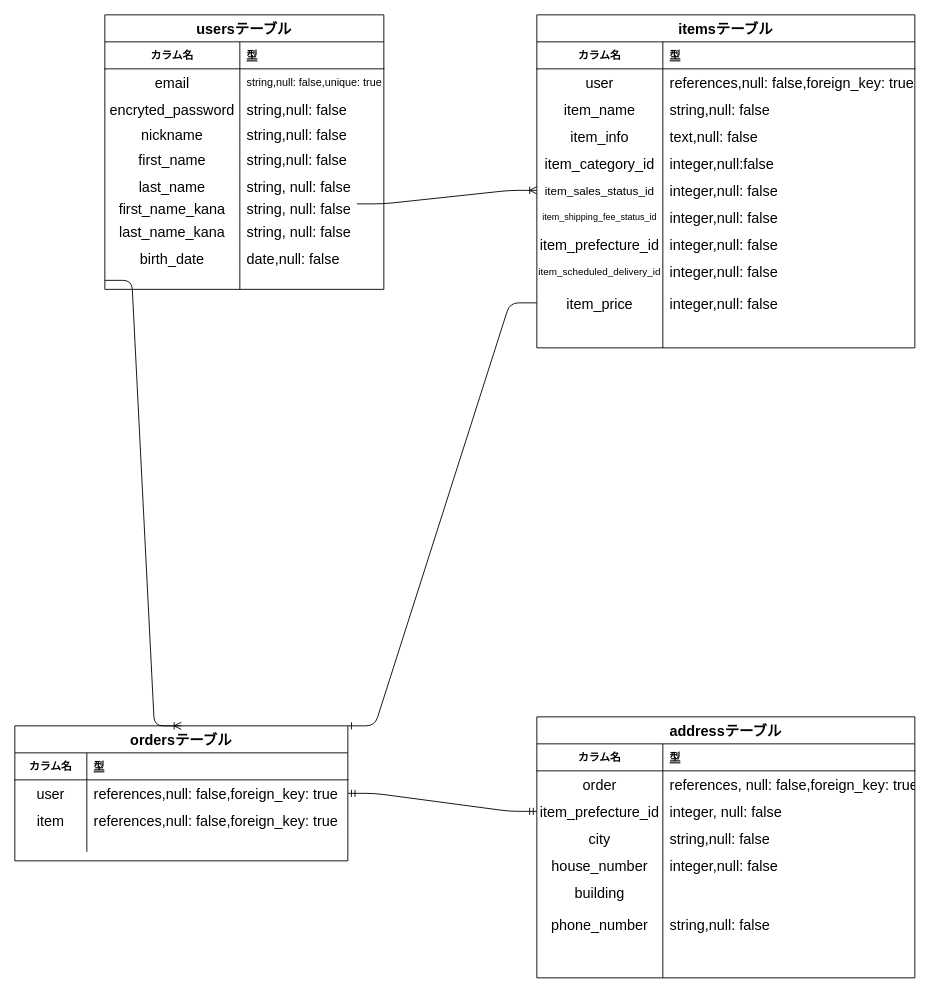
Earlier version of the draw.io diagram furima.dio (keisuke-5837/furima-36126). Source tidied: cells renumbered, new cells numbered last; positions are measured from the earlier drawing's top-left corner, leaving out a move shared by most shapes. Both pictures are drawn from the tidied source at 90%, with x=0, y=0 at pixel (14, 14).
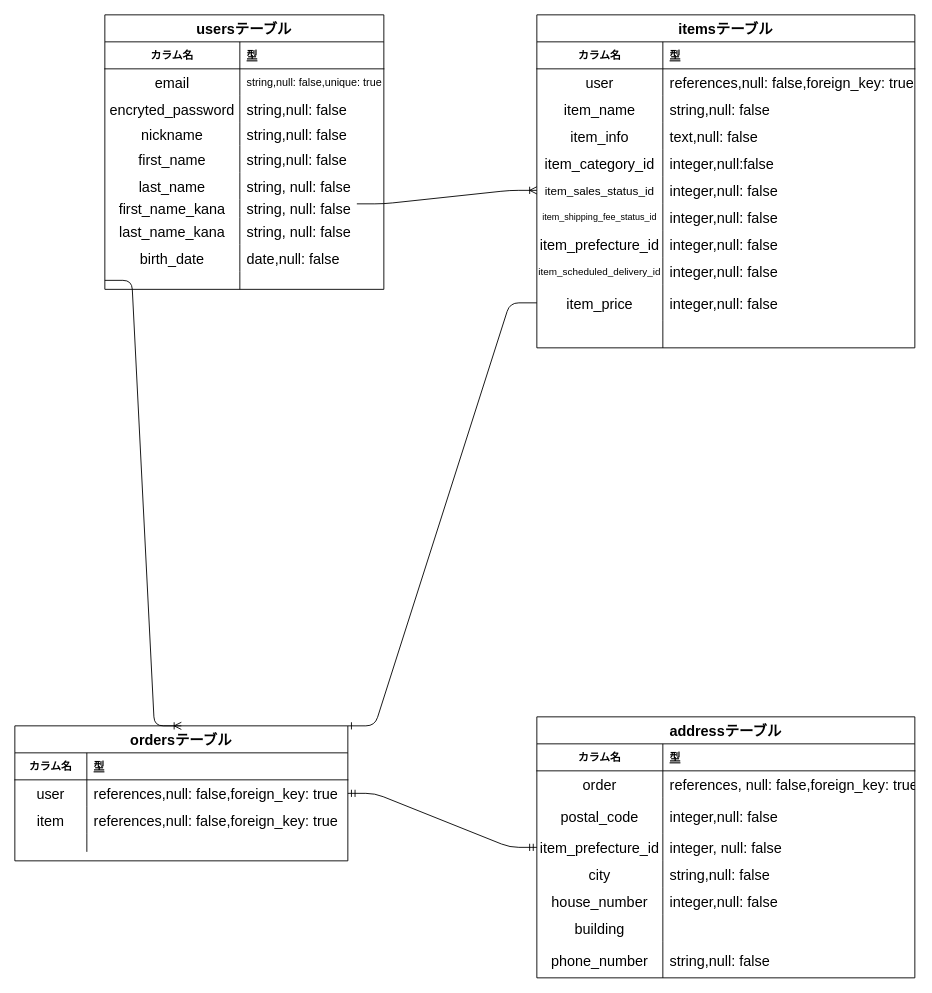
After the change.

Commit message (it also covers changes not shown here):
データベース修正５

Unchanged cells that the change refers to:
```xml
<mxCell id="68" value="addressテーブル" style="shape=table;startSize=30;childLayout=tableLayout;rowLines=0;fontStyle=1;align=center;fontSize=16;" parent="1" vertex="1">
  <mxGeometry x="580" y="780" width="420" height="290" as="geometry" />
</mxCell>
```

The edit, as a diff of the source:
```diff
@@
+    <mxCell id="90" style="shape=partialRectangle;fillColor=none;top=0;left=0;bottom=0;right=0;" parent="68" vertex="1">
+      <mxGeometry y="90" width="420" height="40" as="geometry" />
+    </mxCell>
+    <mxCell id="91" value="postal_code" style="shape=partialRectangle;fillColor=none;top=0;left=0;bottom=0;right=0;overflow=hidden;fontSize=16;" parent="90" vertex="1">
+      <mxGeometry width="140" height="40" as="geometry" />
+    </mxCell>
+    <mxCell id="92" value="integer,null: false" style="shape=partialRectangle;fillColor=none;top=0;left=0;bottom=0;right=0;align=left;spacingLeft=6;overflow=hidden;fontSize=16;" parent="90" vertex="1">
+      <mxGeometry x="140" width="280" height="40" as="geometry" />
+    </mxCell>
     <mxCell id="75" style="shape=partialRectangle;fillColor=none;top=0;left=0;bottom=0;right=0;points=[[0,0.5],[1,0.5]];portConstraint=eastwest;" parent="68" vertex="1">
-      <mxGeometry y="90" width="420" height="30" as="geometry" />
+      <mxGeometry y="130" width="420" height="30" as="geometry" />
     </mxCell>
@@
     <mxCell id="78" style="shape=partialRectangle;fillColor=none;top=0;left=0;bottom=0;right=0;" parent="68" vertex="1">
-      <mxGeometry y="120" width="420" height="30" as="geometry" />
+      <mxGeometry y="160" width="420" height="30" as="geometry" />
     </mxCell>
@@
     <mxCell id="81" style="shape=partialRectangle;fillColor=none;top=0;left=0;bottom=0;right=0;" parent="68" vertex="1">
-      <mxGeometry y="150" width="420" height="30" as="geometry" />
+      <mxGeometry y="190" width="420" height="30" as="geometry" />
     </mxCell>
@@
     <mxCell id="84" style="shape=partialRectangle;fillColor=none;top=0;left=0;bottom=0;right=0;" parent="68" vertex="1">
-      <mxGeometry y="180" width="420" height="30" as="geometry" />
+      <mxGeometry y="220" width="420" height="30" as="geometry" />
     </mxCell>
@@
     <mxCell id="87" style="shape=partialRectangle;fillColor=none;top=0;left=0;bottom=0;right=0;" parent="68" vertex="1">
-      <mxGeometry y="210" width="420" height="40" as="geometry" />
+      <mxGeometry y="250" width="420" height="40" as="geometry" />
     </mxCell>
@@
-    <mxCell id="90" style="shape=partialRectangle;fillColor=none;top=0;left=0;bottom=0;right=0;" parent="68" vertex="1">
-      <mxGeometry y="250" width="420" height="40" as="geometry" />
-    </mxCell>
-    <mxCell id="91" style="shape=partialRectangle;fillColor=none;top=0;left=0;bottom=0;right=0;overflow=hidden;fontSize=16;" parent="90" vertex="1">
-      <mxGeometry width="140" height="40" as="geometry" />
-    </mxCell>
-    <mxCell id="92" style="shape=partialRectangle;fillColor=none;top=0;left=0;bottom=0;right=0;align=left;spacingLeft=6;overflow=hidden;fontSize=16;" parent="90" vertex="1">
-      <mxGeometry x="140" width="280" height="40" as="geometry" />
-    </mxCell>
```
